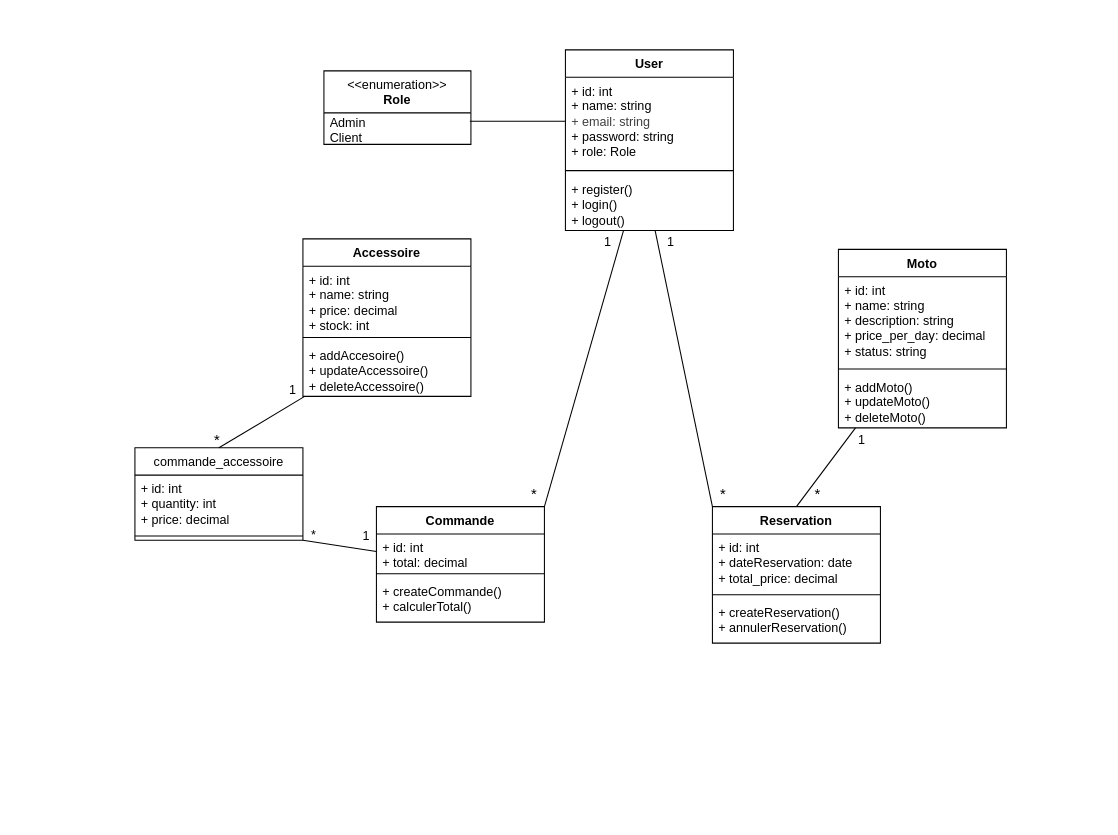
This is conception/Dc_atlasMoto.drawio from makhfi03/AtlasMoto, a draw.io file, before an edit. Source tidied: cells renumbered, new cells numbered last; positions are measured from the earlier drawing's top-left corner, leaving out a move shared by most shapes. Both pictures are drawn from the tidied source at 105%, with x=0, y=0 at pixel (134, 49).
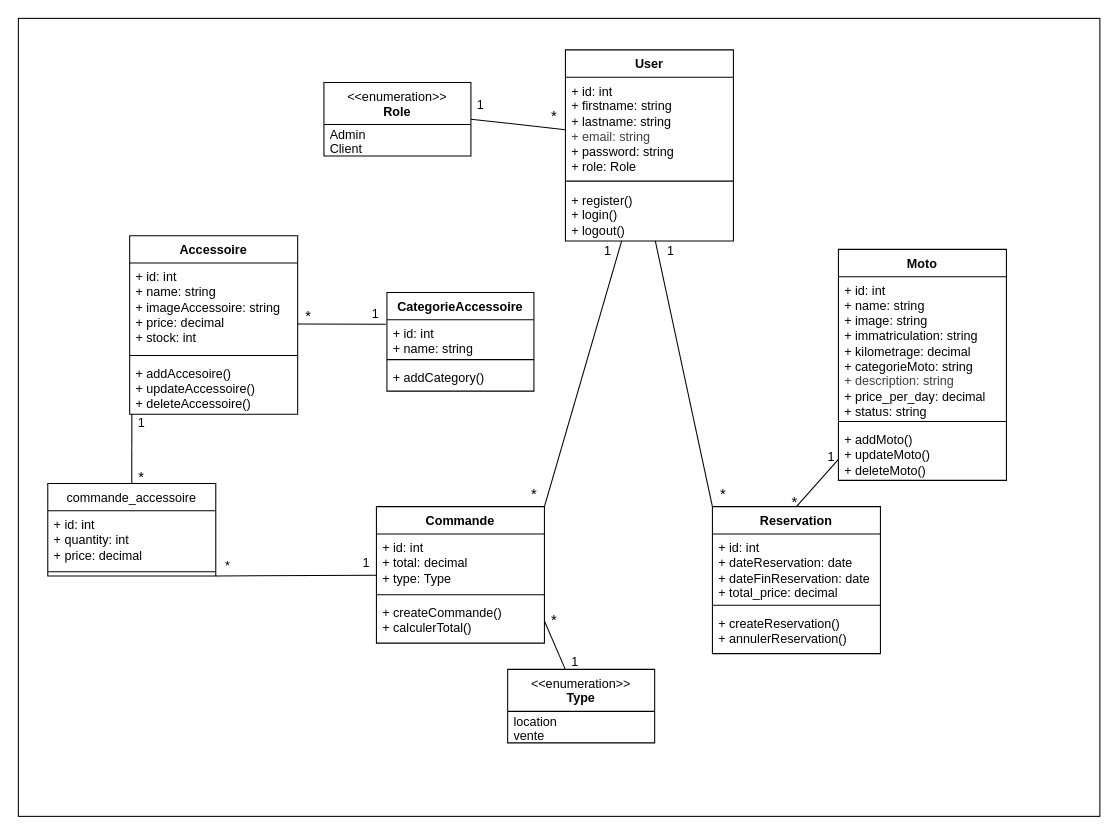
After the change.

Commit message (it also covers changes not shown here):
diagramme de cas d'utilisation et de classe

The edit, as a diff of the source:
```diff
@@
+    <mxCell id="43" style="html=1;whiteSpace=wrap;" parent="1" vertex="1">
+      <mxGeometry x="-111" y="-30" width="1030" height="760" as="geometry" />
+    </mxCell>
@@
     <mxCell id="3" value="User" style="swimlane;fontStyle=1;align=center;verticalAlign=top;horizontal=1;startSize=26;whiteSpace=wrap;html=1;" parent="1" vertex="1">
-      <mxGeometry x="410" width="160" height="172" as="geometry" />
+      <mxGeometry x="410" width="160" height="182" as="geometry" />
     </mxCell>
-    <mxCell id="4" value="+ id: int&lt;div&gt;+ name: string&lt;/div&gt;&lt;div&gt;&lt;span style=&quot;color: rgb(63, 63, 63); background-color: transparent;&quot;&gt;+ email: string&lt;/span&gt;&lt;/div&gt;&lt;div&gt;+ password: string&lt;/div&gt;&lt;div&gt;+ role: Role&lt;/div&gt;" style="text;strokeColor=none;fillColor=none;align=left;verticalAlign=top;spacingLeft=4;spacingRight=4;overflow=hidden;points=[[0,0.5],[1,0.5]];portConstraint=eastwest;whiteSpace=wrap;html=1;" parent="3" vertex="1">
-      <mxGeometry y="26" width="160" height="84" as="geometry" />
+    <mxCell id="4" value="+ id: int&lt;div&gt;+ firstname: string&lt;/div&gt;&lt;div&gt;+ lastname: string&lt;/div&gt;&lt;div&gt;&lt;span style=&quot;color: rgb(63, 63, 63); background-color: transparent;&quot;&gt;+ email: string&lt;/span&gt;&lt;/div&gt;&lt;div&gt;+ password: string&lt;/div&gt;&lt;div&gt;+ role: Role&lt;/div&gt;" style="text;strokeColor=none;fillColor=none;align=left;verticalAlign=top;spacingLeft=4;spacingRight=4;overflow=hidden;points=[[0,0.5],[1,0.5]];portConstraint=eastwest;whiteSpace=wrap;html=1;" parent="3" vertex="1">
+      <mxGeometry y="26" width="160" height="94" as="geometry" />
     </mxCell>
     <mxCell id="5" style="line;strokeWidth=1;fillColor=none;align=left;verticalAlign=middle;spacingTop=-1;spacingLeft=3;spacingRight=3;labelPosition=right;strokeColor=inherit;" parent="3" vertex="1">
-      <mxGeometry y="110" width="160" height="10" as="geometry" />
+      <mxGeometry y="120" width="160" height="10" as="geometry" />
     </mxCell>
     <mxCell id="6" value="+ register()&lt;div&gt;+ login()&lt;/div&gt;&lt;div&gt;+ logout()&lt;/div&gt;" style="text;strokeColor=none;fillColor=none;align=left;verticalAlign=top;spacingLeft=4;spacingRight=4;overflow=hidden;points=[[0,0.5],[1,0.5]];portConstraint=eastwest;whiteSpace=wrap;html=1;" parent="3" vertex="1">
-      <mxGeometry y="120" width="160" height="52" as="geometry" />
+      <mxGeometry y="130" width="160" height="52" as="geometry" />
     </mxCell>
@@
     <mxCell id="8" value="Moto" style="swimlane;fontStyle=1;align=center;verticalAlign=top;horizontal=1;startSize=26;whiteSpace=wrap;html=1;" parent="1" vertex="1">
-      <mxGeometry x="670" y="190" width="160" height="170" as="geometry" />
+      <mxGeometry x="670" y="190" width="160" height="220" as="geometry" />
     </mxCell>
-    <mxCell id="9" value="+ id: int&lt;div&gt;+ name: string&lt;/div&gt;&lt;div&gt;+ description: string&lt;/div&gt;&lt;div&gt;+ price_per_day: decimal&lt;/div&gt;&lt;div&gt;+ status: string&lt;/div&gt;" style="text;strokeColor=none;fillColor=none;align=left;verticalAlign=top;spacingLeft=4;spacingRight=4;overflow=hidden;whiteSpace=wrap;html=1;" parent="8" vertex="1">
-      <mxGeometry y="26" width="160" height="84" as="geometry" />
+    <mxCell id="9" value="+ id: int&lt;div&gt;+ name: string&lt;/div&gt;&lt;div&gt;+ image: string&lt;/div&gt;&lt;div&gt;+ immatriculation: string&lt;/div&gt;&lt;div&gt;+ kilometrage: decimal&lt;/div&gt;&lt;div&gt;+ categorieMoto: string&lt;/div&gt;&lt;div&gt;&lt;span style=&quot;color: rgb(63, 63, 63); background-color: transparent;&quot;&gt;+ description: string&lt;/span&gt;&lt;/div&gt;&lt;div&gt;+ price_per_day: decimal&lt;/div&gt;&lt;div&gt;+ status: string&lt;/div&gt;" style="text;strokeColor=none;fillColor=none;align=left;verticalAlign=top;spacingLeft=4;spacingRight=4;overflow=hidden;whiteSpace=wrap;html=1;" parent="8" vertex="1">
+      <mxGeometry y="26" width="160" height="134" as="geometry" />
     </mxCell>
     <mxCell id="10" style="line;strokeWidth=1;fillColor=none;align=left;verticalAlign=middle;spacingTop=-1;spacingLeft=3;spacingRight=3;labelPosition=right;strokeColor=inherit;" parent="8" vertex="1">
-      <mxGeometry y="110" width="160" height="8" as="geometry" />
+      <mxGeometry y="160" width="160" height="8" as="geometry" />
     </mxCell>
     <mxCell id="11" value="+ addMoto()&lt;div&gt;+ updateMoto()&lt;/div&gt;&lt;div&gt;+ deleteMoto()&lt;/div&gt;" style="text;strokeColor=none;fillColor=none;align=left;verticalAlign=top;spacingLeft=4;spacingRight=4;overflow=hidden;whiteSpace=wrap;html=1;" parent="8" vertex="1">
-      <mxGeometry y="118" width="160" height="52" as="geometry" />
+      <mxGeometry y="168" width="160" height="52" as="geometry" />
     </mxCell>
     <mxCell id="12" value="Accessoire" style="swimlane;fontStyle=1;align=center;verticalAlign=top;horizontal=1;startSize=26;whiteSpace=wrap;html=1;" parent="1" vertex="1">
-      <mxGeometry x="160" y="180" width="160" height="150" as="geometry" />
+      <mxGeometry x="-5" y="177" width="160" height="170" as="geometry" />
     </mxCell>
-    <mxCell id="13" value="+ id: int&lt;div&gt;+ name: string&lt;/div&gt;&lt;div&gt;+ price: decimal&lt;/div&gt;&lt;div&gt;+ stock: int&lt;/div&gt;" style="text;strokeColor=none;fillColor=none;align=left;verticalAlign=top;spacingLeft=4;spacingRight=4;overflow=hidden;whiteSpace=wrap;html=1;" parent="12" vertex="1">
-      <mxGeometry y="26" width="160" height="64" as="geometry" />
+    <mxCell id="13" value="+ id: int&lt;div&gt;+ name: string&lt;/div&gt;&lt;div&gt;+ imageAccessoire: string&lt;/div&gt;&lt;div&gt;+ price: decimal&lt;/div&gt;&lt;div&gt;+ stock: int&lt;/div&gt;" style="text;strokeColor=none;fillColor=none;align=left;verticalAlign=top;spacingLeft=4;spacingRight=4;overflow=hidden;whiteSpace=wrap;html=1;" parent="12" vertex="1">
+      <mxGeometry y="26" width="160" height="84" as="geometry" />
     </mxCell>
     <mxCell id="14" style="line;strokeWidth=1;fillColor=none;align=left;verticalAlign=middle;spacingTop=-1;spacingLeft=3;spacingRight=3;labelPosition=right;strokeColor=inherit;" parent="12" vertex="1">
-      <mxGeometry y="90" width="160" height="8" as="geometry" />
+      <mxGeometry y="110" width="160" height="8" as="geometry" />
     </mxCell>
     <mxCell id="15" value="+ addAccesoire()&lt;div&gt;+ updateAccessoire()&lt;/div&gt;&lt;div&gt;+ deleteAccessoire()&lt;/div&gt;" style="text;strokeColor=none;fillColor=none;align=left;verticalAlign=top;spacingLeft=4;spacingRight=4;overflow=hidden;points=[[0,0.5],[1,0.5]];portConstraint=eastwest;whiteSpace=wrap;html=1;" parent="12" vertex="1">
-      <mxGeometry y="98" width="160" height="52" as="geometry" />
+      <mxGeometry y="118" width="160" height="52" as="geometry" />
     </mxCell>
     <mxCell id="16" value="Reservation" style="swimlane;fontStyle=1;align=center;verticalAlign=top;horizontal=1;startSize=26;whiteSpace=wrap;html=1;" parent="1" vertex="1">
-      <mxGeometry x="550" y="435" width="160" height="130" as="geometry" />
+      <mxGeometry x="550" y="435" width="160" height="140" as="geometry" />
     </mxCell>
-    <mxCell id="17" value="+ id: int&lt;div&gt;+ dateReservation: date&lt;/div&gt;&lt;div&gt;+ total_price: decimal&lt;/div&gt;" style="text;strokeColor=none;fillColor=none;align=left;verticalAlign=top;spacingLeft=4;spacingRight=4;overflow=hidden;whiteSpace=wrap;html=1;" parent="16" vertex="1">
-      <mxGeometry y="26" width="160" height="54" as="geometry" />
+    <mxCell id="17" value="+ id: int&lt;div&gt;+ dateReservation: date&lt;/div&gt;&lt;div&gt;+ dateFinReservation: date&lt;/div&gt;&lt;div&gt;+ total_price: decimal&lt;/div&gt;" style="text;strokeColor=none;fillColor=none;align=left;verticalAlign=top;spacingLeft=4;spacingRight=4;overflow=hidden;whiteSpace=wrap;html=1;" parent="16" vertex="1">
+      <mxGeometry y="26" width="160" height="64" as="geometry" />
     </mxCell>
     <mxCell id="18" style="line;strokeWidth=1;fillColor=none;align=left;verticalAlign=middle;spacingTop=-1;spacingLeft=3;spacingRight=3;labelPosition=right;strokeColor=inherit;" parent="16" vertex="1">
-      <mxGeometry y="80" width="160" height="8" as="geometry" />
+      <mxGeometry y="90" width="160" height="8" as="geometry" />
     </mxCell>
     <mxCell id="19" value="+ createReservation()&lt;div&gt;+ annulerReservation()&lt;/div&gt;" style="text;strokeColor=none;fillColor=none;align=left;verticalAlign=top;spacingLeft=4;spacingRight=4;overflow=hidden;whiteSpace=wrap;html=1;" parent="16" vertex="1">
-      <mxGeometry y="88" width="160" height="42" as="geometry" />
+      <mxGeometry y="98" width="160" height="42" as="geometry" />
     </mxCell>
@@
     <mxCell id="21" value="Commande" style="swimlane;fontStyle=1;align=center;verticalAlign=top;horizontal=1;startSize=26;whiteSpace=wrap;html=1;" parent="1" vertex="1">
-      <mxGeometry x="230" y="435" width="160" height="110" as="geometry" />
+      <mxGeometry x="230" y="435" width="160" height="130" as="geometry" />
     </mxCell>
-    <mxCell id="22" value="+ id: int&lt;div&gt;+ total: decimal&lt;/div&gt;" style="text;strokeColor=none;fillColor=none;align=left;verticalAlign=top;spacingLeft=4;spacingRight=4;overflow=hidden;whiteSpace=wrap;html=1;" parent="21" vertex="1">
-      <mxGeometry y="26" width="160" height="34" as="geometry" />
+    <mxCell id="22" value="+ id: int&lt;div&gt;+ total: decimal&lt;/div&gt;&lt;div&gt;+ type: Type&lt;/div&gt;" style="text;strokeColor=none;fillColor=none;align=left;verticalAlign=top;spacingLeft=4;spacingRight=4;overflow=hidden;whiteSpace=wrap;html=1;" parent="21" vertex="1">
+      <mxGeometry y="26" width="160" height="54" as="geometry" />
     </mxCell>
     <mxCell id="23" style="line;strokeWidth=1;fillColor=none;align=left;verticalAlign=middle;spacingTop=-1;spacingLeft=3;spacingRight=3;labelPosition=right;strokeColor=inherit;" parent="21" vertex="1">
-      <mxGeometry y="60" width="160" height="8" as="geometry" />
+      <mxGeometry y="80" width="160" height="8" as="geometry" />
     </mxCell>
     <mxCell id="24" value="+ createCommande()&lt;div&gt;+ calculerTotal()&lt;/div&gt;" style="text;strokeColor=none;fillColor=none;align=left;verticalAlign=top;spacingLeft=4;spacingRight=4;overflow=hidden;points=[[0,0.5],[1,0.5]];portConstraint=eastwest;whiteSpace=wrap;html=1;" parent="21" vertex="1">
-      <mxGeometry y="68" width="160" height="42" as="geometry" />
+      <mxGeometry y="88" width="160" height="42" as="geometry" />
     </mxCell>
@@
     <mxCell id="27" value="1" style="text;html=1;align=center;verticalAlign=middle;strokeColor=none;fillColor=none;" parent="1" vertex="1">
-      <mxGeometry x="495" y="168" width="30" height="30" as="geometry" />
+      <mxGeometry x="495" y="177" width="30" height="30" as="geometry" />
     </mxCell>
     <mxCell id="28" value="&lt;font style=&quot;font-size: 14px;&quot;&gt;*&lt;/font&gt;" style="text;html=1;align=center;verticalAlign=middle;strokeColor=none;fillColor=none;" parent="1" vertex="1">
-      <mxGeometry x="635" y="408" width="30" height="30" as="geometry" />
+      <mxGeometry x="613" y="416" width="30" height="30" as="geometry" />
     </mxCell>
     <mxCell id="29" value="1" style="text;html=1;align=center;verticalAlign=middle;strokeColor=none;fillColor=none;" parent="1" vertex="1">
-      <mxGeometry x="677" y="357" width="30" height="30" as="geometry" />
+      <mxGeometry x="648" y="373" width="30" height="30" as="geometry" />
     </mxCell>
@@
     <mxCell id="31" value="1" style="text;html=1;align=center;verticalAlign=middle;strokeColor=none;fillColor=none;" parent="1" vertex="1">
-      <mxGeometry x="435" y="168" width="30" height="30" as="geometry" />
+      <mxGeometry x="435" y="177" width="30" height="30" as="geometry" />
     </mxCell>
     <mxCell id="32" value="&lt;font style=&quot;font-size: 14px;&quot;&gt;*&lt;/font&gt;" style="text;html=1;align=center;verticalAlign=middle;strokeColor=none;fillColor=none;" parent="1" vertex="1">
-      <mxGeometry x="63" y="357" width="30" height="30" as="geometry" />
+      <mxGeometry x="-9" y="392" width="30" height="30" as="geometry" />
     </mxCell>
     <mxCell id="33" value="*" style="text;html=1;align=center;verticalAlign=middle;strokeColor=none;fillColor=none;" parent="1" vertex="1">
-      <mxGeometry x="155" y="447" width="30" height="30" as="geometry" />
+      <mxGeometry x="73" y="477" width="30" height="30" as="geometry" />
     </mxCell>
     <mxCell id="34" value="&lt;span style=&quot;color: rgb(0, 0, 0); font-weight: 400; text-align: left;&quot;&gt;commande_accessoire&lt;/span&gt;" style="swimlane;fontStyle=1;align=center;verticalAlign=top;horizontal=1;startSize=26;whiteSpace=wrap;html=1;" parent="1" vertex="1">
-      <mxGeometry y="379" width="160" height="88" as="geometry" />
+      <mxGeometry x="-83" y="413" width="160" height="88" as="geometry" />
     </mxCell>
@@
     <mxCell id="38" value="1" style="text;html=1;align=center;verticalAlign=middle;strokeColor=none;fillColor=none;" parent="1" vertex="1">
-      <mxGeometry x="135" y="309" width="30" height="30" as="geometry" />
+      <mxGeometry x="-9" y="341" width="30" height="30" as="geometry" />
     </mxCell>
     <mxCell id="39" value="1" style="text;html=1;align=center;verticalAlign=middle;strokeColor=none;fillColor=none;" parent="1" vertex="1">
-      <mxGeometry x="205" y="448" width="30" height="30" as="geometry" />
+      <mxGeometry x="205" y="474" width="30" height="30" as="geometry" />
     </mxCell>
     <mxCell id="40" value="&amp;lt;&amp;lt;enumeration&amp;gt;&amp;gt;&lt;br&gt;&lt;b&gt;Role&lt;/b&gt;" style="swimlane;fontStyle=0;align=center;verticalAlign=top;horizontal=1;startSize=40;html=1;whiteSpace=wrap;" parent="1" vertex="1">
-      <mxGeometry x="180" y="20" width="140" height="70" as="geometry" />
+      <mxGeometry x="180" y="31" width="140" height="70" as="geometry" />
     </mxCell>
@@
-    <mxCell id="42" style="edgeStyle=none;html=1;entryX=0;entryY=0.5;entryDx=0;entryDy=0;endArrow=none;endFill=0;" parent="1" edge="1" target="4">
+    <mxCell id="42" style="edgeStyle=none;html=1;entryX=0;entryY=0.5;entryDx=0;entryDy=0;endArrow=none;endFill=0;exitX=1;exitY=0.5;exitDx=0;exitDy=0;" parent="1" edge="1">
       <mxGeometry relative="1" as="geometry">
-        <mxPoint x="319" y="68" as="sourcePoint" />
+        <mxPoint x="320" y="66" as="sourcePoint" />
+        <mxPoint x="410" y="76" as="targetPoint" />
       </mxGeometry>
     </mxCell>
+    <mxCell id="44" value="CategorieAccessoire" style="swimlane;fontStyle=1;align=center;verticalAlign=top;horizontal=1;startSize=26;whiteSpace=wrap;html=1;" parent="1" vertex="1">
+      <mxGeometry x="240" y="231" width="140" height="94" as="geometry" />
+    </mxCell>
+    <mxCell id="45" value="+ id: int&lt;div&gt;+ name: string&lt;/div&gt;" style="text;strokeColor=none;fillColor=none;align=left;verticalAlign=top;spacingLeft=4;spacingRight=4;overflow=hidden;points=[[0,0.5],[1,0.5]];portConstraint=eastwest;whiteSpace=wrap;html=1;" parent="44" vertex="1">
+      <mxGeometry y="26" width="140" height="34" as="geometry" />
+    </mxCell>
+    <mxCell id="46" style="line;strokeWidth=1;fillColor=none;align=left;verticalAlign=middle;spacingTop=-1;spacingLeft=3;spacingRight=3;labelPosition=right;strokeColor=inherit;" parent="44" vertex="1">
+      <mxGeometry y="60" width="140" height="8" as="geometry" />
+    </mxCell>
+    <mxCell id="47" value="+ addCategory()" style="text;strokeColor=none;fillColor=none;align=left;verticalAlign=top;spacingLeft=4;spacingRight=4;overflow=hidden;whiteSpace=wrap;html=1;" parent="44" vertex="1">
+      <mxGeometry y="68" width="140" height="26" as="geometry" />
+    </mxCell>
+    <mxCell id="48" style="edgeStyle=none;html=1;entryX=1;entryY=0.5;entryDx=0;entryDy=0;endArrow=none;endFill=0;" parent="1" edge="1" source="49" target="24">
+      <mxGeometry relative="1" as="geometry" />
+    </mxCell>
+    <mxCell id="49" value="&amp;lt;&amp;lt;enumeration&amp;gt;&amp;gt;&lt;br&gt;&lt;b&gt;Type&lt;/b&gt;" style="swimlane;fontStyle=0;align=center;verticalAlign=top;horizontal=1;startSize=40;html=1;whiteSpace=wrap;" parent="1" vertex="1">
+      <mxGeometry x="355" y="590" width="140" height="70" as="geometry" />
+    </mxCell>
+    <mxCell id="50" value="location&lt;div&gt;vente&lt;/div&gt;" style="text;html=1;strokeColor=none;fillColor=none;align=left;verticalAlign=middle;spacingLeft=4;spacingRight=4;overflow=hidden;whiteSpace=wrap;" parent="49" vertex="1">
+      <mxGeometry y="40" width="140" height="30" as="geometry" />
+    </mxCell>
+    <mxCell id="51" value="1" style="text;html=1;align=center;verticalAlign=middle;strokeColor=none;fillColor=none;" parent="1" vertex="1">
+      <mxGeometry x="404" y="568" width="30" height="30" as="geometry" />
+    </mxCell>
+    <mxCell id="52" value="&lt;font style=&quot;font-size: 14px;&quot;&gt;*&lt;/font&gt;" style="text;html=1;align=center;verticalAlign=middle;strokeColor=none;fillColor=none;" parent="1" vertex="1">
+      <mxGeometry x="384" y="528" width="30" height="30" as="geometry" />
+    </mxCell>
+    <mxCell id="53" value="1" style="text;html=1;align=center;verticalAlign=middle;strokeColor=none;fillColor=none;" parent="1" vertex="1">
+      <mxGeometry x="314" y="38" width="30" height="30" as="geometry" />
+    </mxCell>
+    <mxCell id="54" value="&lt;font style=&quot;font-size: 14px;&quot;&gt;*&lt;/font&gt;" style="text;html=1;align=center;verticalAlign=middle;strokeColor=none;fillColor=none;" parent="1" vertex="1">
+      <mxGeometry x="384" y="48" width="30" height="30" as="geometry" />
+    </mxCell>
+    <mxCell id="55" style="edgeStyle=none;html=1;endArrow=none;endFill=0;entryX=-0.007;entryY=0.125;entryDx=0;entryDy=0;entryPerimeter=0;" parent="1" edge="1" target="45">
+      <mxGeometry relative="1" as="geometry">
+        <mxPoint x="155" y="261" as="sourcePoint" />
+      </mxGeometry>
+    </mxCell>
+    <mxCell id="56" value="1" style="text;html=1;align=center;verticalAlign=middle;strokeColor=none;fillColor=none;" parent="1" vertex="1">
+      <mxGeometry x="214" y="237" width="30" height="30" as="geometry" />
+    </mxCell>
+    <mxCell id="57" value="&lt;font style=&quot;font-size: 14px;&quot;&gt;*&lt;/font&gt;" style="text;html=1;align=center;verticalAlign=middle;strokeColor=none;fillColor=none;" parent="1" vertex="1">
+      <mxGeometry x="150" y="239" width="30" height="30" as="geometry" />
+    </mxCell>
```
